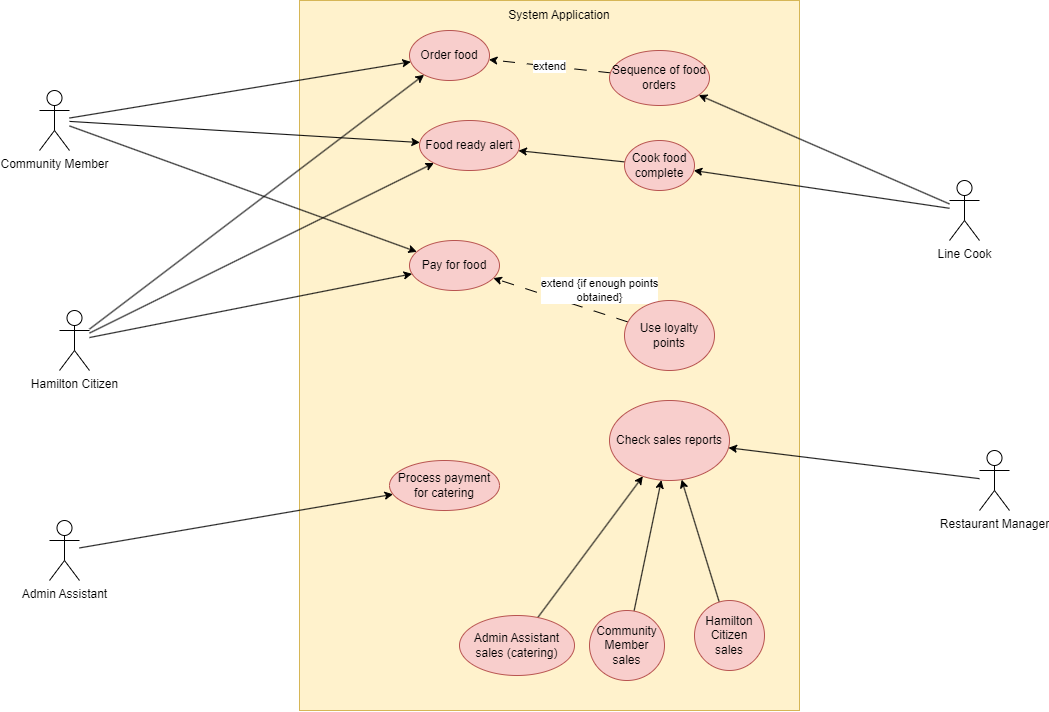
Above: models/use_case_diagram.drawio.png in ace-lectures/atco-eats (draw.io), before the change. Source tidied: cells renumbered, new cells last; positions are measured from the earlier drawing's top-left corner, leaving out a move shared by most shapes.
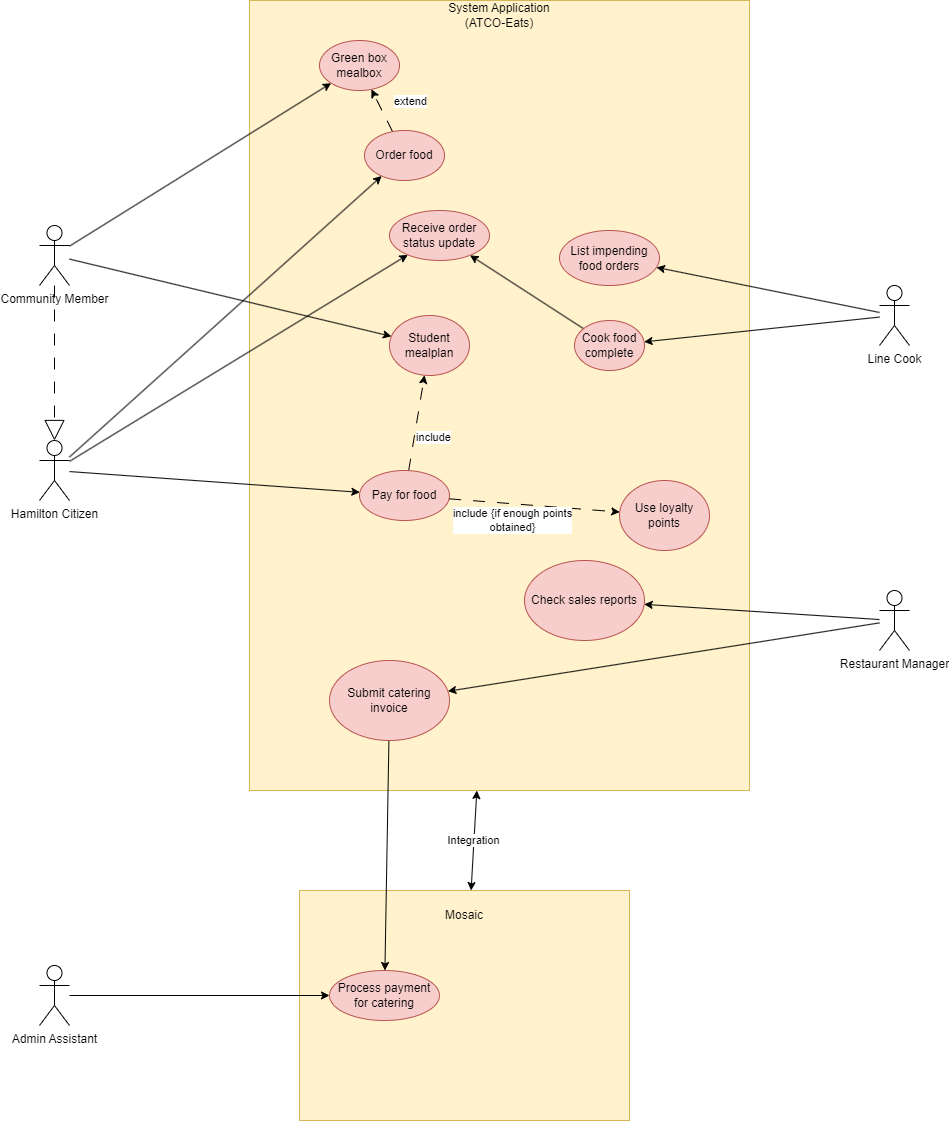
Above is the later version.

Commit message:
Updated the use case diagram with new mosaic integration, specialization of student vs community member, and new use case for restaurant manager as per call

Change to the diagram source:
```diff
@@ -2,8 +2,14 @@
   <root>
     <mxCell id="0" />
     <mxCell id="1" parent="0" />
+    <mxCell id="36" style="rounded=0;whiteSpace=wrap;html=1;fillColor=#fff2cc;strokeColor=#d6b656;" parent="1" vertex="1">
+      <mxGeometry x="310" y="710" width="330" height="230" as="geometry" />
+    </mxCell>
+    <mxCell id="37" value="Integration" style="edgeStyle=none;rounded=0;jettySize=auto;html=1;startArrow=classic;startFill=1;" parent="1" edge="1" source="2" target="36">
+      <mxGeometry relative="1" as="geometry" />
+    </mxCell>
     <mxCell id="2" style="rounded=0;whiteSpace=wrap;html=1;fillColor=#fff2cc;strokeColor=#d6b656;" parent="1" vertex="1">
-      <mxGeometry x="260" width="500" height="710" as="geometry" />
+      <mxGeometry x="260" y="-180" width="500" height="790" as="geometry" />
     </mxCell>
     <mxCell id="3" style="edgeStyle=none;rounded=0;jettySize=auto;html=1;" parent="1" edge="1" source="6" target="14">
       <mxGeometry relative="1" as="geometry" />
@@ -15,19 +21,19 @@
       <mxGeometry relative="1" as="geometry" />
     </mxCell>
     <mxCell id="6" value="Hamilton Citizen" style="shape=umlActor;verticalLabelPosition=bottom;verticalAlign=top;html=1;outlineConnect=0;" parent="1" vertex="1">
-      <mxGeometry x="20" y="310" width="30" height="60" as="geometry" />
+      <mxGeometry x="50" y="260" width="30" height="60" as="geometry" />
     </mxCell>
-    <mxCell id="7" style="edgeStyle=none;rounded=0;jettySize=auto;html=1;" parent="1" edge="1" source="8" target="25">
-      <mxGeometry relative="1" as="geometry" />
-    </mxCell>
     <mxCell id="8" value="Admin Assistant" style="shape=umlActor;verticalLabelPosition=bottom;verticalAlign=top;html=1;outlineConnect=0;" parent="1" vertex="1">
-      <mxGeometry x="10" y="520" width="30" height="60" as="geometry" />
+      <mxGeometry x="50" y="785" width="30" height="60" as="geometry" />
     </mxCell>
     <mxCell id="9" style="edgeStyle=none;rounded=0;jettySize=auto;html=1;" parent="1" edge="1" source="10" target="28">
       <mxGeometry relative="1" as="geometry" />
     </mxCell>
+    <mxCell id="38" style="edgeStyle=none;rounded=0;jettySize=auto;html=1;" parent="1" edge="1" source="10" target="47">
+      <mxGeometry relative="1" as="geometry" />
+    </mxCell>
     <mxCell id="10" value="Restaurant Manager" style="shape=umlActor;verticalLabelPosition=bottom;verticalAlign=top;html=1;outlineConnect=0;" parent="1" vertex="1">
-      <mxGeometry x="940" y="450" width="30" height="60" as="geometry" />
+      <mxGeometry x="890" y="410" width="30" height="60" as="geometry" />
     </mxCell>
     <mxCell id="11" style="edgeStyle=none;rounded=0;jettySize=auto;html=1;" parent="1" edge="1" source="13" target="17">
       <mxGeometry relative="1" as="geometry" />
@@ -36,18 +42,15 @@
       <mxGeometry relative="1" as="geometry" />
     </mxCell>
     <mxCell id="13" value="Line Cook" style="shape=umlActor;verticalLabelPosition=bottom;verticalAlign=top;html=1;outlineConnect=0;" parent="1" vertex="1">
-      <mxGeometry x="910" y="180" width="30" height="60" as="geometry" />
+      <mxGeometry x="890" y="105" width="30" height="60" as="geometry" />
     </mxCell>
+    <mxCell id="16" value="extend" style="edgeStyle=none;rounded=0;jettySize=auto;html=1;dashed=1;dashPattern=12 12;" parent="1" edge="1" source="14" target="45">
+      <mxGeometry x="-0.2" y="-30" relative="1" as="geometry" />
+    </mxCell>
     <mxCell id="14" value="Order food" style="ellipse;whiteSpace=wrap;html=1;fillColor=#f8cecc;strokeColor=#b85450;" parent="1" vertex="1">
-      <mxGeometry x="370" y="30" width="80" height="50" as="geometry" />
+      <mxGeometry x="375" y="-50" width="80" height="50" as="geometry" />
     </mxCell>
-    <mxCell id="15" style="rounded=0;jettySize=auto;html=1;" parent="1" edge="1" source="22" target="14">
-      <mxGeometry relative="1" as="geometry" />
-    </mxCell>
-    <mxCell id="16" value="extend" style="edgeStyle=none;rounded=0;jettySize=auto;html=1;dashed=1;dashPattern=12 12;" parent="1" edge="1" source="17" target="14">
-      <mxGeometry relative="1" as="geometry" />
-    </mxCell>
-    <mxCell id="17" value="Sequence of food orders" style="ellipse;whiteSpace=wrap;html=1;fillColor=#f8cecc;strokeColor=#b85450;" parent="1" vertex="1">
+    <mxCell id="17" value="List impending food orders" style="ellipse;whiteSpace=wrap;html=1;fillColor=#f8cecc;strokeColor=#b85450;" parent="1" vertex="1">
       <mxGeometry x="570" y="50" width="100" height="55" as="geometry" />
     </mxCell>
     <mxCell id="18" style="edgeStyle=none;rounded=0;jettySize=auto;html=1;" parent="1" edge="1" source="19" target="20">
@@ -56,53 +59,64 @@
     <mxCell id="19" value="Cook food complete" style="ellipse;whiteSpace=wrap;html=1;fillColor=#f8cecc;strokeColor=#b85450;" parent="1" vertex="1">
       <mxGeometry x="585" y="140" width="70" height="50" as="geometry" />
     </mxCell>
-    <mxCell id="20" value="Food ready alert" style="ellipse;whiteSpace=wrap;html=1;fillColor=#f8cecc;strokeColor=#b85450;" parent="1" vertex="1">
-      <mxGeometry x="380" y="120" width="100" height="50" as="geometry" />
+    <mxCell id="20" value="Receive order status update" style="ellipse;whiteSpace=wrap;html=1;fillColor=#f8cecc;strokeColor=#b85450;" parent="1" vertex="1">
+      <mxGeometry x="400" y="30" width="100" height="50" as="geometry" />
     </mxCell>
-    <mxCell id="21" style="edgeStyle=none;rounded=0;jettySize=auto;html=1;" parent="1" edge="1" source="22" target="24">
-      <mxGeometry relative="1" as="geometry" />
-    </mxCell>
+    <mxCell id="39" style="rounded=0;jettySize=auto;html=1;" parent="1" edge="1" source="22" target="44">
+      <mxGeometry relative="1" as="geometry" />
+    </mxCell>
+    <mxCell id="40" style="edgeStyle=none;rounded=0;jettySize=auto;html=1;" parent="1" edge="1" source="22" target="45">
+      <mxGeometry relative="1" as="geometry" />
+    </mxCell>
+    <mxCell id="41" style="edgeStyle=none;rounded=0;jettySize=auto;html=1;endArrow=block;endFill=0;dashed=1;dashPattern=12 12;startSize=6;endSize=18;" parent="1" edge="1" source="22" target="6">
+      <mxGeometry relative="1" as="geometry" />
+    </mxCell>
     <mxCell id="22" value="Community Member" style="shape=umlActor;verticalLabelPosition=bottom;verticalAlign=top;html=1;outlineConnect=0;" parent="1" vertex="1">
-      <mxGeometry y="90" width="30" height="60" as="geometry" />
+      <mxGeometry x="50" y="45" width="30" height="60" as="geometry" />
     </mxCell>
-    <mxCell id="23" style="edgeStyle=none;rounded=0;jettySize=auto;html=1;" parent="1" edge="1" source="22" target="20">
-      <mxGeometry relative="1" as="geometry" />
-    </mxCell>
+    <mxCell id="42" style="rounded=0;jettySize=auto;html=1;dashed=1;dashPattern=12 12;" parent="1" edge="1" source="24" target="44">
+      <mxGeometry relative="1" as="geometry" />
+    </mxCell>
+    <mxCell id="43" value="include" style="edgeLabel;html=1;align=center;verticalAlign=middle;" parent="42" vertex="1">
+      <mxGeometry x="-0.29" y="1" relative="1" as="geometry">
+        <mxPoint x="20" as="offset" />
+      </mxGeometry>
+    </mxCell>
     <mxCell id="24" value="Pay for food" style="ellipse;whiteSpace=wrap;html=1;fillColor=#f8cecc;strokeColor=#b85450;" parent="1" vertex="1">
-      <mxGeometry x="370" y="240" width="90" height="50" as="geometry" />
+      <mxGeometry x="370" y="290" width="90" height="50" as="geometry" />
     </mxCell>
-    <mxCell id="25" value="Process payment for catering" style="ellipse;whiteSpace=wrap;html=1;fillColor=#f8cecc;strokeColor=#b85450;" parent="1" vertex="1">
-      <mxGeometry x="350" y="460" width="110" height="50" as="geometry" />
-    </mxCell>
-    <mxCell id="26" value="extend {if enough points&lt;br&gt;obtained}" style="edgeStyle=none;rounded=0;jettySize=auto;html=1;dashed=1;dashPattern=12 12;" parent="1" edge="1" source="27" target="24">
-      <mxGeometry x="-0.48" y="-21" relative="1" as="geometry" />
+    <mxCell id="26" value="include {if enough points&lt;br&gt;obtained}" style="edgeStyle=none;rounded=0;jettySize=auto;html=1;dashed=1;dashPattern=12 12;" parent="1" edge="1" source="24" target="27">
+      <mxGeometry x="-0.24" y="-17" relative="1" as="geometry" />
     </mxCell>
     <mxCell id="27" value="Use loyalty points" style="ellipse;whiteSpace=wrap;html=1;fillColor=#f8cecc;strokeColor=#b85450;" parent="1" vertex="1">
-      <mxGeometry x="585" y="300" width="90" height="70" as="geometry" />
+      <mxGeometry x="630" y="300" width="90" height="70" as="geometry" />
     </mxCell>
     <mxCell id="28" value="Check sales reports" style="ellipse;whiteSpace=wrap;html=1;fillColor=#f8cecc;strokeColor=#b85450;" parent="1" vertex="1">
-      <mxGeometry x="570" y="400" width="120" height="80" as="geometry" />
+      <mxGeometry x="535" y="380" width="120" height="80" as="geometry" />
     </mxCell>
-    <mxCell id="29" style="edgeStyle=none;rounded=0;jettySize=auto;html=1;" parent="1" edge="1" source="30" target="28">
-      <mxGeometry relative="1" as="geometry" />
-    </mxCell>
-    <mxCell id="30" value="Community Member sales" style="ellipse;whiteSpace=wrap;html=1;fillColor=#f8cecc;strokeColor=#b85450;" parent="1" vertex="1">
-      <mxGeometry x="550" y="610" width="75" height="70" as="geometry" />
-    </mxCell>
-    <mxCell id="31" style="edgeStyle=none;rounded=0;jettySize=auto;html=1;" parent="1" edge="1" source="32" target="28">
-      <mxGeometry relative="1" as="geometry" />
-    </mxCell>
-    <mxCell id="32" value="Hamilton Citizen sales" style="ellipse;whiteSpace=wrap;html=1;fillColor=#f8cecc;strokeColor=#b85450;" parent="1" vertex="1">
-      <mxGeometry x="655" y="600" width="70" height="70" as="geometry" />
-    </mxCell>
-    <mxCell id="33" style="edgeStyle=none;rounded=0;jettySize=auto;html=1;" parent="1" edge="1" source="34" target="28">
-      <mxGeometry relative="1" as="geometry" />
-    </mxCell>
-    <mxCell id="34" value="Admin Assistant sales (catering)" style="ellipse;whiteSpace=wrap;html=1;fillColor=#f8cecc;strokeColor=#b85450;" parent="1" vertex="1">
-      <mxGeometry x="420" y="615" width="115" height="60" as="geometry" />
-    </mxCell>
-    <mxCell id="35" value="System Application" style="text;html=1;strokeColor=none;fillColor=none;align=center;verticalAlign=middle;whiteSpace=wrap;rounded=0;" parent="1" vertex="1">
-      <mxGeometry x="460" width="120" height="30" as="geometry" />
+    <mxCell id="35" value="System Application (ATCO-Eats)" style="text;html=1;strokeColor=none;fillColor=none;align=center;verticalAlign=middle;whiteSpace=wrap;rounded=0;" parent="1" vertex="1">
+      <mxGeometry x="450" y="-180" width="120" height="30" as="geometry" />
     </mxCell>
+    <mxCell id="44" value="Student mealplan" style="ellipse;whiteSpace=wrap;html=1;fillColor=#f8cecc;strokeColor=#b85450;" parent="1" vertex="1">
+      <mxGeometry x="400" y="135" width="80" height="60" as="geometry" />
+    </mxCell>
+    <mxCell id="45" value="Green box mealbox" style="ellipse;whiteSpace=wrap;html=1;fillColor=#f8cecc;strokeColor=#b85450;" parent="1" vertex="1">
+      <mxGeometry x="330" y="-140" width="80" height="50" as="geometry" />
+    </mxCell>
+    <mxCell id="46" style="edgeStyle=none;rounded=0;jettySize=auto;html=1;" parent="1" edge="1" source="47" target="25">
+      <mxGeometry relative="1" as="geometry" />
+    </mxCell>
+    <mxCell id="47" value="Submit catering invoice" style="ellipse;whiteSpace=wrap;html=1;fillColor=#f8cecc;strokeColor=#b85450;" parent="1" vertex="1">
+      <mxGeometry x="340" y="480" width="120" height="80" as="geometry" />
+    </mxCell>
+    <mxCell id="48" value="Mosaic" style="text;html=1;strokeColor=none;fillColor=none;align=center;verticalAlign=middle;whiteSpace=wrap;rounded=0;" parent="1" vertex="1">
+      <mxGeometry x="415" y="720" width="120" height="30" as="geometry" />
+    </mxCell>
+    <mxCell id="25" value="Process payment for catering" style="ellipse;whiteSpace=wrap;html=1;fillColor=#f8cecc;strokeColor=#b85450;" parent="1" vertex="1">
+      <mxGeometry x="340" y="790" width="110" height="50" as="geometry" />
+    </mxCell>
+    <mxCell id="7" style="edgeStyle=none;rounded=0;jettySize=auto;html=1;" parent="1" edge="1" source="8" target="25">
+      <mxGeometry relative="1" as="geometry" />
+    </mxCell>
   </root>
 </mxGraphModel>
```
